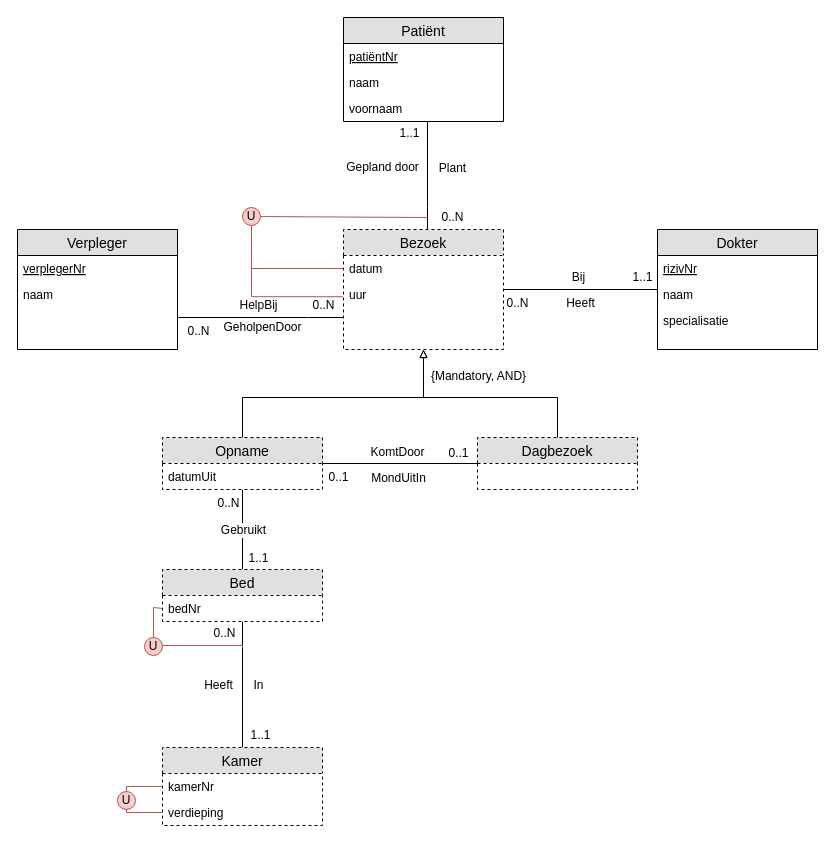
HOGENT-Databases/DB1-Workshops keeps this draw.io diagram as workshops/03-EERD/solutions/exercise-3.drawio. Above is the earlier version. Source tidied: cells renumbered, new cells numbered last; positions are measured from the earlier drawing's top-left corner, leaving out a move shared by most shapes. Both pictures are drawn from the tidied source at 100%, with x=0, y=0 at pixel (17, 17).
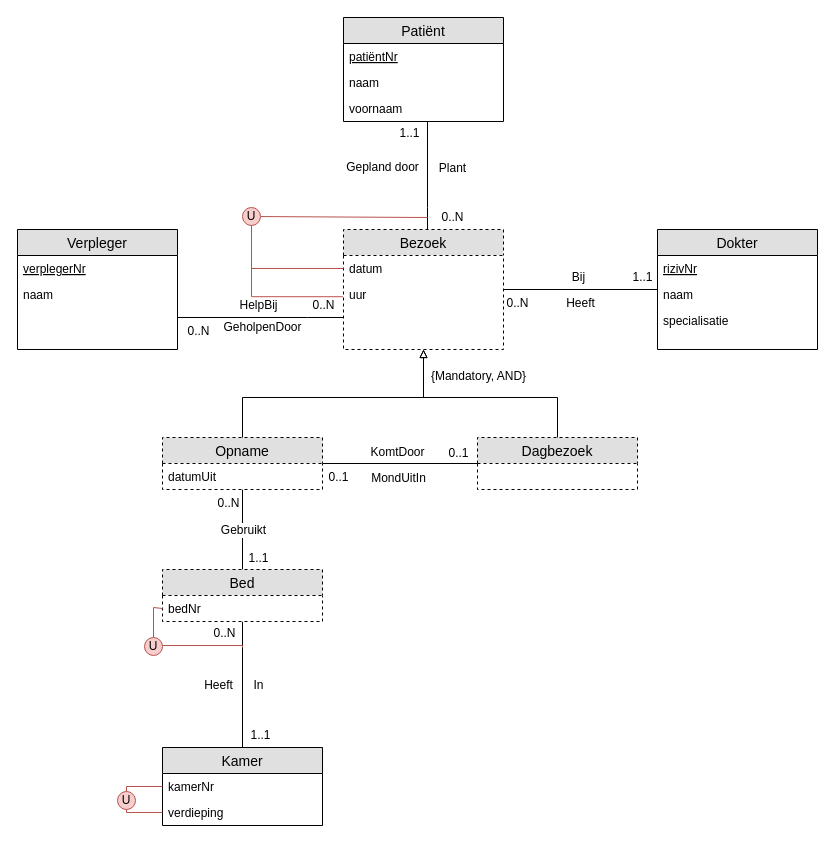
The same diagram, later.

Commit message (it also covers changes not shown here):
03 - 03 Zwakke Entiteit Fix

Change to the diagram source:
```diff
@@
-    <mxCell id="49" value="Kamer" style="swimlane;fontStyle=0;horizontal=1;startSize=26;fillColor=#e0e0e0;swimlaneFillColor=#ffffff;align=center;fontSize=14;dashed=1;" parent="1" vertex="1">
+    <mxCell id="49" value="Kamer" style="swimlane;fontStyle=0;horizontal=1;startSize=26;fillColor=#e0e0e0;swimlaneFillColor=#ffffff;align=center;fontSize=14;" parent="1" vertex="1">
       <mxGeometry x="145" y="730" width="160" height="78" as="geometry" />
     </mxCell>
```
